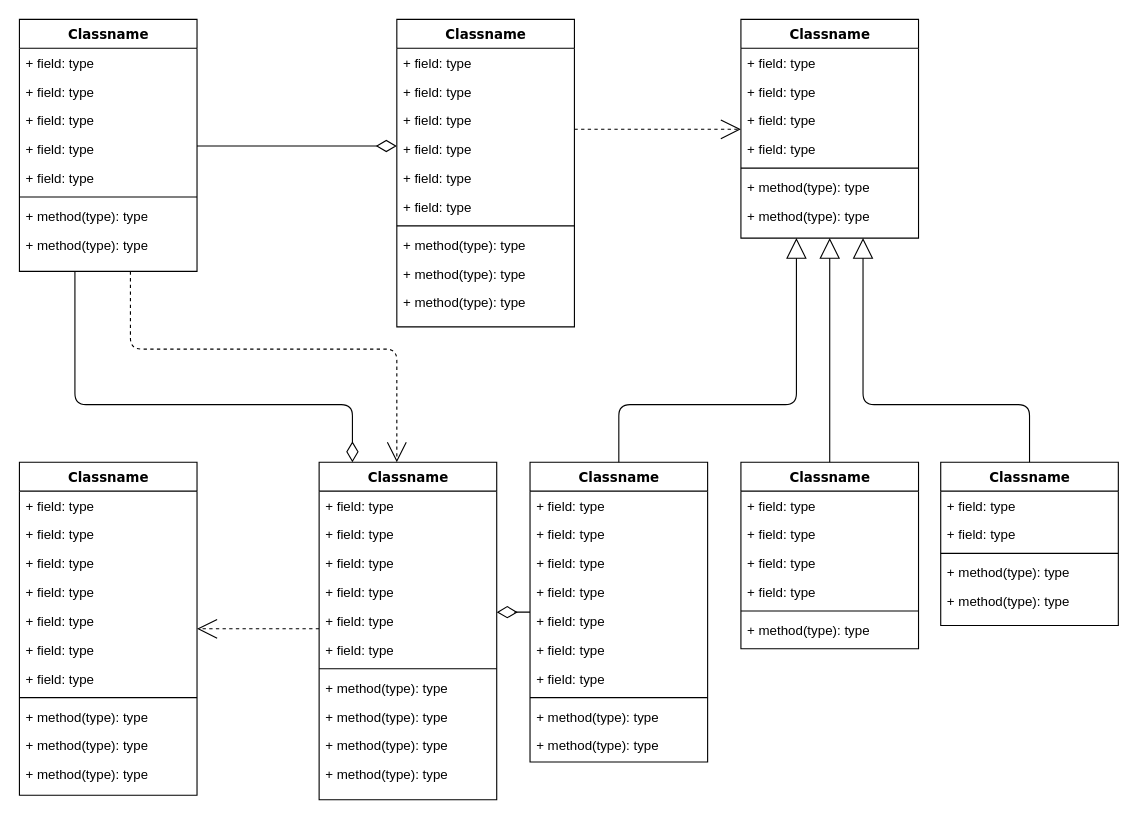
Above: box.drawio in MOMO-Lion/box (draw.io), before the change. Source tidied: cells renumbered, new cells numbered last; positions are measured from the earlier drawing's top-left corner, leaving out a move shared by most shapes. Both pictures are drawn from the tidied source at 111%, with x=0, y=0 at pixel (19, 19).
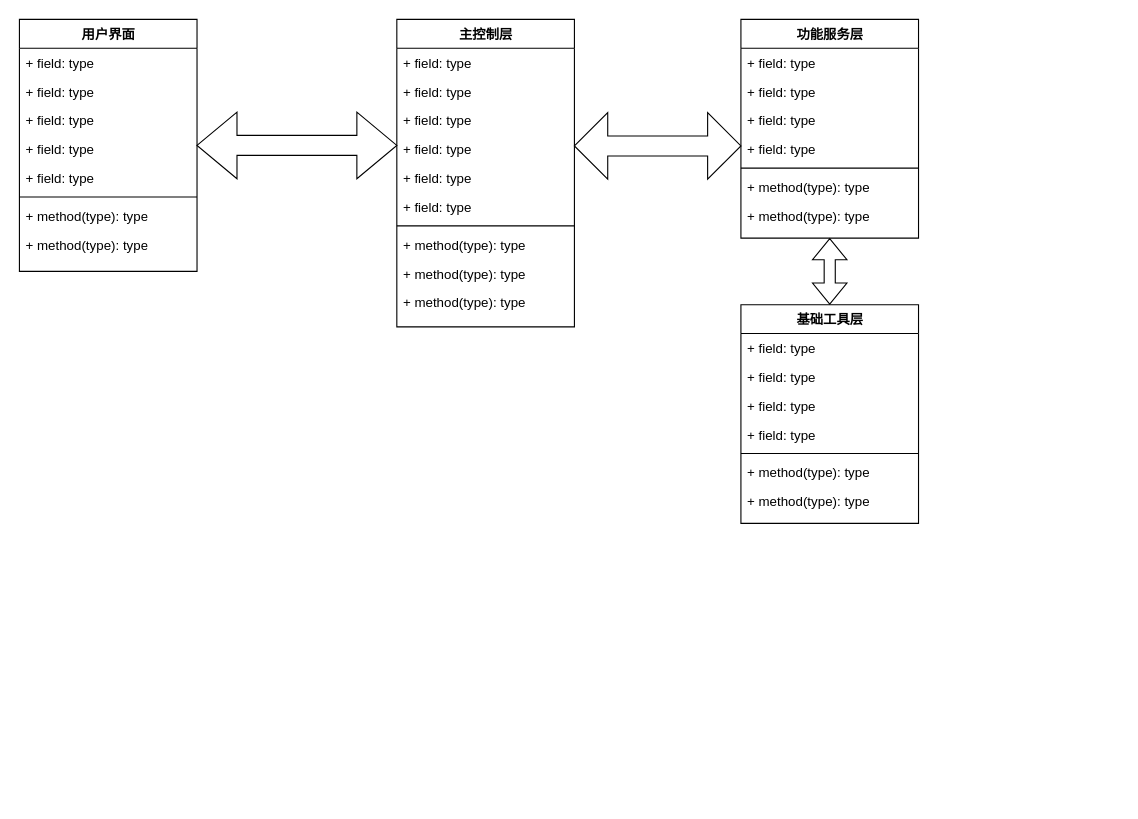
Above is the later version.

Change to the diagram source:
```diff
@@
-    <mxCell id="2" style="edgeStyle=orthogonalEdgeStyle;html=1;labelBackgroundColor=none;startFill=0;startSize=8;endArrow=open;endFill=0;endSize=16;fontFamily=Verdana;fontSize=12;dashed=1;" parent="1" edge="1" source="4" target="47">
-      <mxGeometry relative="1" as="geometry">
-        <Array as="points">
-          <mxPoint x="100" y="297" />
-          <mxPoint x="340" y="297" />
-        </Array>
-      </mxGeometry>
-    </mxCell>
-    <mxCell id="3" style="edgeStyle=orthogonalEdgeStyle;html=1;labelBackgroundColor=none;startFill=0;startSize=8;endArrow=diamondThin;endFill=0;endSize=16;fontFamily=Verdana;fontSize=12;" parent="1" edge="1" source="4" target="47">
-      <mxGeometry relative="1" as="geometry">
-        <Array as="points">
-          <mxPoint x="50" y="347" />
-          <mxPoint x="300" y="347" />
-        </Array>
-      </mxGeometry>
-    </mxCell>
-    <mxCell id="4" value="Classname" style="swimlane;html=1;fontStyle=1;align=center;verticalAlign=top;horizontal=1;startSize=26;swimlaneFillColor=#ffffff;rounded=0;shadow=0;comic=0;labelBackgroundColor=none;strokeWidth=1;fillColor=none;fontFamily=Verdana;fontSize=12;" parent="1" vertex="1">
+    <mxCell id="4" value="用户界面" style="swimlane;html=1;fontStyle=1;align=center;verticalAlign=top;horizontal=1;startSize=26;swimlaneFillColor=#ffffff;rounded=0;shadow=0;comic=0;labelBackgroundColor=none;strokeWidth=1;fillColor=none;fontFamily=Verdana;fontSize=12;" parent="1" vertex="1">
       <mxGeometry width="160" height="227" as="geometry" />
     </mxCell>
@@
-    <mxCell id="13" style="edgeStyle=elbowEdgeStyle;html=1;labelBackgroundColor=none;startFill=0;startSize=8;endArrow=open;endFill=0;endSize=16;fontFamily=Verdana;fontSize=12;elbow=vertical;dashed=1;" parent="1" edge="1" source="14" target="25">
-      <mxGeometry relative="1" as="geometry" />
-    </mxCell>
-    <mxCell id="14" value="Classname" style="swimlane;html=1;fontStyle=1;align=center;verticalAlign=top;horizontal=1;startSize=26;swimlaneFillColor=#ffffff;rounded=0;shadow=0;comic=0;labelBackgroundColor=none;strokeWidth=1;fillColor=none;fontFamily=Verdana;fontSize=12;" parent="1" vertex="1">
+    <mxCell id="14" value="主控制层" style="swimlane;html=1;fontStyle=1;align=center;verticalAlign=top;horizontal=1;startSize=26;swimlaneFillColor=#ffffff;rounded=0;shadow=0;comic=0;labelBackgroundColor=none;strokeWidth=1;fillColor=none;fontFamily=Verdana;fontSize=12;" parent="1" vertex="1">
       <mxGeometry x="340" width="160" height="277" as="geometry" />
     </mxCell>
@@
-    <mxCell id="25" value="Classname" style="swimlane;html=1;fontStyle=1;align=center;verticalAlign=top;horizontal=1;startSize=26;swimlaneFillColor=#ffffff;rounded=0;shadow=0;comic=0;labelBackgroundColor=none;strokeWidth=1;fillColor=none;fontFamily=Verdana;fontSize=12;" parent="1" vertex="1">
+    <mxCell id="25" value="功能服务层" style="swimlane;html=1;fontStyle=1;align=center;verticalAlign=top;horizontal=1;startSize=26;swimlaneFillColor=#ffffff;rounded=0;shadow=0;comic=0;labelBackgroundColor=none;strokeWidth=1;fillColor=none;fontFamily=Verdana;fontSize=12;" parent="1" vertex="1">
       <mxGeometry x="650" width="160" height="197" as="geometry" />
     </mxCell>
@@
-    <mxCell id="33" style="edgeStyle=elbowEdgeStyle;html=1;labelBackgroundColor=none;startFill=0;startSize=8;endArrow=open;endFill=0;endSize=16;fontFamily=Verdana;fontSize=12;elbow=vertical;dashed=1;" parent="1" edge="1" source="47" target="34">
-      <mxGeometry relative="1" as="geometry" />
-    </mxCell>
-    <mxCell id="34" value="Classname" style="swimlane;html=1;fontStyle=1;align=center;verticalAlign=top;horizontal=1;startSize=26;swimlaneFillColor=#ffffff;rounded=0;shadow=0;comic=0;labelBackgroundColor=none;strokeWidth=1;fillColor=none;fontFamily=Verdana;fontSize=12;" parent="1" vertex="1">
-      <mxGeometry y="399" width="160" height="300" as="geometry" />
-    </mxCell>
-    <mxCell id="35" value="+ field: type" style="text;html=1;strokeColor=none;fillColor=none;align=left;verticalAlign=top;spacingLeft=4;spacingRight=4;whiteSpace=wrap;overflow=hidden;" parent="34" vertex="1">
-      <mxGeometry y="26" width="160" height="26" as="geometry" />
-    </mxCell>
-    <mxCell id="36" value="+ field: type" style="text;html=1;strokeColor=none;fillColor=none;align=left;verticalAlign=top;spacingLeft=4;spacingRight=4;whiteSpace=wrap;overflow=hidden;" parent="34" vertex="1">
-      <mxGeometry y="52" width="160" height="26" as="geometry" />
-    </mxCell>
-    <mxCell id="37" value="+ field: type" style="text;html=1;strokeColor=none;fillColor=none;align=left;verticalAlign=top;spacingLeft=4;spacingRight=4;whiteSpace=wrap;overflow=hidden;" parent="34" vertex="1">
-      <mxGeometry y="78" width="160" height="26" as="geometry" />
-    </mxCell>
-    <mxCell id="38" value="+ field: type" style="text;html=1;strokeColor=none;fillColor=none;align=left;verticalAlign=top;spacingLeft=4;spacingRight=4;whiteSpace=wrap;overflow=hidden;" parent="34" vertex="1">
-      <mxGeometry y="104" width="160" height="26" as="geometry" />
-    </mxCell>
-    <mxCell id="39" value="+ field: type" style="text;html=1;strokeColor=none;fillColor=none;align=left;verticalAlign=top;spacingLeft=4;spacingRight=4;whiteSpace=wrap;overflow=hidden;" parent="34" vertex="1">
-      <mxGeometry y="130" width="160" height="26" as="geometry" />
-    </mxCell>
-    <mxCell id="40" value="+ field: type" style="text;html=1;strokeColor=none;fillColor=none;align=left;verticalAlign=top;spacingLeft=4;spacingRight=4;whiteSpace=wrap;overflow=hidden;" parent="34" vertex="1">
-      <mxGeometry y="156" width="160" height="26" as="geometry" />
-    </mxCell>
-    <mxCell id="41" value="+ field: type" style="text;html=1;strokeColor=none;fillColor=none;align=left;verticalAlign=top;spacingLeft=4;spacingRight=4;whiteSpace=wrap;overflow=hidden;" parent="34" vertex="1">
-      <mxGeometry y="182" width="160" height="26" as="geometry" />
-    </mxCell>
-    <mxCell id="42" style="line;html=1;strokeWidth=1;fillColor=none;align=left;verticalAlign=middle;spacingTop=-1;spacingLeft=3;spacingRight=3;labelPosition=right;" parent="34" vertex="1">
-      <mxGeometry y="208" width="160" height="8" as="geometry" />
-    </mxCell>
-    <mxCell id="43" value="+ method(type): type" style="text;html=1;strokeColor=none;fillColor=none;align=left;verticalAlign=top;spacingLeft=4;spacingRight=4;whiteSpace=wrap;overflow=hidden;" parent="34" vertex="1">
-      <mxGeometry y="216" width="160" height="26" as="geometry" />
-    </mxCell>
-    <mxCell id="44" value="+ method(type): type" style="text;html=1;strokeColor=none;fillColor=none;align=left;verticalAlign=top;spacingLeft=4;spacingRight=4;whiteSpace=wrap;overflow=hidden;" parent="34" vertex="1">
-      <mxGeometry y="242" width="160" height="26" as="geometry" />
-    </mxCell>
-    <mxCell id="45" value="+ method(type): type" style="text;html=1;strokeColor=none;fillColor=none;align=left;verticalAlign=top;spacingLeft=4;spacingRight=4;whiteSpace=wrap;overflow=hidden;" parent="34" vertex="1">
-      <mxGeometry y="268" width="160" height="26" as="geometry" />
-    </mxCell>
-    <mxCell id="46" style="edgeStyle=elbowEdgeStyle;html=1;labelBackgroundColor=none;startFill=0;startSize=8;endArrow=diamondThin;endFill=0;endSize=16;fontFamily=Verdana;fontSize=12;elbow=vertical;" parent="1" edge="1" source="60" target="47">
-      <mxGeometry relative="1" as="geometry" />
-    </mxCell>
-    <mxCell id="47" value="Classname" style="swimlane;html=1;fontStyle=1;align=center;verticalAlign=top;horizontal=1;startSize=26;swimlaneFillColor=#ffffff;rounded=0;shadow=0;comic=0;labelBackgroundColor=none;strokeWidth=1;fillColor=none;fontFamily=Verdana;fontSize=12;" parent="1" vertex="1">
-      <mxGeometry x="270" y="399" width="160" height="304" as="geometry" />
-    </mxCell>
-    <mxCell id="48" value="+ field: type" style="text;html=1;strokeColor=none;fillColor=none;align=left;verticalAlign=top;spacingLeft=4;spacingRight=4;whiteSpace=wrap;overflow=hidden;" parent="47" vertex="1">
-      <mxGeometry y="26" width="160" height="26" as="geometry" />
-    </mxCell>
-    <mxCell id="49" value="+ field: type" style="text;html=1;strokeColor=none;fillColor=none;align=left;verticalAlign=top;spacingLeft=4;spacingRight=4;whiteSpace=wrap;overflow=hidden;" parent="47" vertex="1">
-      <mxGeometry y="52" width="160" height="26" as="geometry" />
-    </mxCell>
-    <mxCell id="50" value="+ field: type" style="text;html=1;strokeColor=none;fillColor=none;align=left;verticalAlign=top;spacingLeft=4;spacingRight=4;whiteSpace=wrap;overflow=hidden;" parent="47" vertex="1">
-      <mxGeometry y="78" width="160" height="26" as="geometry" />
-    </mxCell>
-    <mxCell id="51" value="+ field: type" style="text;html=1;strokeColor=none;fillColor=none;align=left;verticalAlign=top;spacingLeft=4;spacingRight=4;whiteSpace=wrap;overflow=hidden;" parent="47" vertex="1">
-      <mxGeometry y="104" width="160" height="26" as="geometry" />
-    </mxCell>
-    <mxCell id="52" value="+ field: type" style="text;html=1;strokeColor=none;fillColor=none;align=left;verticalAlign=top;spacingLeft=4;spacingRight=4;whiteSpace=wrap;overflow=hidden;" parent="47" vertex="1">
-      <mxGeometry y="130" width="160" height="26" as="geometry" />
-    </mxCell>
-    <mxCell id="53" value="+ field: type" style="text;html=1;strokeColor=none;fillColor=none;align=left;verticalAlign=top;spacingLeft=4;spacingRight=4;whiteSpace=wrap;overflow=hidden;" parent="47" vertex="1">
-      <mxGeometry y="156" width="160" height="26" as="geometry" />
-    </mxCell>
-    <mxCell id="54" style="line;html=1;strokeWidth=1;fillColor=none;align=left;verticalAlign=middle;spacingTop=-1;spacingLeft=3;spacingRight=3;labelPosition=right;" parent="47" vertex="1">
-      <mxGeometry y="182" width="160" height="8" as="geometry" />
-    </mxCell>
-    <mxCell id="55" value="+ method(type): type" style="text;html=1;strokeColor=none;fillColor=none;align=left;verticalAlign=top;spacingLeft=4;spacingRight=4;whiteSpace=wrap;overflow=hidden;" parent="47" vertex="1">
-      <mxGeometry y="190" width="160" height="26" as="geometry" />
-    </mxCell>
-    <mxCell id="56" value="+ method(type): type" style="text;html=1;strokeColor=none;fillColor=none;align=left;verticalAlign=top;spacingLeft=4;spacingRight=4;whiteSpace=wrap;overflow=hidden;" parent="47" vertex="1">
-      <mxGeometry y="216" width="160" height="26" as="geometry" />
-    </mxCell>
-    <mxCell id="57" value="+ method(type): type" style="text;html=1;strokeColor=none;fillColor=none;align=left;verticalAlign=top;spacingLeft=4;spacingRight=4;whiteSpace=wrap;overflow=hidden;" parent="47" vertex="1">
-      <mxGeometry y="242" width="160" height="26" as="geometry" />
-    </mxCell>
-    <mxCell id="58" value="+ method(type): type" style="text;html=1;strokeColor=none;fillColor=none;align=left;verticalAlign=top;spacingLeft=4;spacingRight=4;whiteSpace=wrap;overflow=hidden;" parent="47" vertex="1">
-      <mxGeometry y="268" width="160" height="26" as="geometry" />
-    </mxCell>
-    <mxCell id="59" style="edgeStyle=orthogonalEdgeStyle;html=1;labelBackgroundColor=none;startFill=0;startSize=8;endArrow=block;endFill=0;endSize=16;fontFamily=Verdana;fontSize=12;" parent="1" edge="1" source="60" target="25">
-      <mxGeometry relative="1" as="geometry">
-        <Array as="points">
-          <mxPoint x="540" y="347" />
-          <mxPoint x="700" y="347" />
-        </Array>
-      </mxGeometry>
-    </mxCell>
-    <mxCell id="60" value="Classname" style="swimlane;html=1;fontStyle=1;align=center;verticalAlign=top;horizontal=1;startSize=26;swimlaneFillColor=#ffffff;rounded=0;shadow=0;comic=0;labelBackgroundColor=none;strokeWidth=1;fillColor=none;fontFamily=Verdana;fontSize=12;" parent="1" vertex="1">
-      <mxGeometry x="460" y="399" width="160" height="270" as="geometry" />
-    </mxCell>
-    <mxCell id="61" value="+ field: type" style="text;html=1;strokeColor=none;fillColor=none;align=left;verticalAlign=top;spacingLeft=4;spacingRight=4;whiteSpace=wrap;overflow=hidden;" parent="60" vertex="1">
-      <mxGeometry y="26" width="160" height="26" as="geometry" />
-    </mxCell>
-    <mxCell id="62" value="+ field: type" style="text;html=1;strokeColor=none;fillColor=none;align=left;verticalAlign=top;spacingLeft=4;spacingRight=4;whiteSpace=wrap;overflow=hidden;" parent="60" vertex="1">
-      <mxGeometry y="52" width="160" height="26" as="geometry" />
-    </mxCell>
-    <mxCell id="63" value="+ field: type" style="text;html=1;strokeColor=none;fillColor=none;align=left;verticalAlign=top;spacingLeft=4;spacingRight=4;whiteSpace=wrap;overflow=hidden;" parent="60" vertex="1">
-      <mxGeometry y="78" width="160" height="26" as="geometry" />
-    </mxCell>
-    <mxCell id="64" value="+ field: type" style="text;html=1;strokeColor=none;fillColor=none;align=left;verticalAlign=top;spacingLeft=4;spacingRight=4;whiteSpace=wrap;overflow=hidden;" parent="60" vertex="1">
-      <mxGeometry y="104" width="160" height="26" as="geometry" />
-    </mxCell>
-    <mxCell id="65" value="+ field: type" style="text;html=1;strokeColor=none;fillColor=none;align=left;verticalAlign=top;spacingLeft=4;spacingRight=4;whiteSpace=wrap;overflow=hidden;" parent="60" vertex="1">
-      <mxGeometry y="130" width="160" height="26" as="geometry" />
-    </mxCell>
-    <mxCell id="66" value="+ field: type" style="text;html=1;strokeColor=none;fillColor=none;align=left;verticalAlign=top;spacingLeft=4;spacingRight=4;whiteSpace=wrap;overflow=hidden;" parent="60" vertex="1">
-      <mxGeometry y="156" width="160" height="26" as="geometry" />
-    </mxCell>
-    <mxCell id="67" value="+ field: type" style="text;html=1;strokeColor=none;fillColor=none;align=left;verticalAlign=top;spacingLeft=4;spacingRight=4;whiteSpace=wrap;overflow=hidden;" parent="60" vertex="1">
-      <mxGeometry y="182" width="160" height="26" as="geometry" />
-    </mxCell>
-    <mxCell id="68" style="line;html=1;strokeWidth=1;fillColor=none;align=left;verticalAlign=middle;spacingTop=-1;spacingLeft=3;spacingRight=3;labelPosition=right;" parent="60" vertex="1">
-      <mxGeometry y="208" width="160" height="8" as="geometry" />
-    </mxCell>
-    <mxCell id="69" value="+ method(type): type" style="text;html=1;strokeColor=none;fillColor=none;align=left;verticalAlign=top;spacingLeft=4;spacingRight=4;whiteSpace=wrap;overflow=hidden;" parent="60" vertex="1">
-      <mxGeometry y="216" width="160" height="26" as="geometry" />
-    </mxCell>
-    <mxCell id="70" value="+ method(type): type" style="text;html=1;strokeColor=none;fillColor=none;align=left;verticalAlign=top;spacingLeft=4;spacingRight=4;whiteSpace=wrap;overflow=hidden;" parent="60" vertex="1">
-      <mxGeometry y="242" width="160" height="26" as="geometry" />
-    </mxCell>
-    <mxCell id="71" style="edgeStyle=orthogonalEdgeStyle;html=1;labelBackgroundColor=none;startFill=0;startSize=8;endArrow=block;endFill=0;endSize=16;fontFamily=Verdana;fontSize=12;" parent="1" edge="1" source="72" target="25">
-      <mxGeometry relative="1" as="geometry" />
-    </mxCell>
-    <mxCell id="72" value="Classname" style="swimlane;html=1;fontStyle=1;align=center;verticalAlign=top;horizontal=1;startSize=26;swimlaneFillColor=#ffffff;rounded=0;shadow=0;comic=0;labelBackgroundColor=none;strokeWidth=1;fillColor=none;fontFamily=Verdana;fontSize=12;" parent="1" vertex="1">
-      <mxGeometry x="650" y="399" width="160" height="168" as="geometry" />
-    </mxCell>
-    <mxCell id="73" value="+ field: type" style="text;html=1;strokeColor=none;fillColor=none;align=left;verticalAlign=top;spacingLeft=4;spacingRight=4;whiteSpace=wrap;overflow=hidden;" parent="72" vertex="1">
-      <mxGeometry y="26" width="160" height="26" as="geometry" />
-    </mxCell>
-    <mxCell id="74" value="+ field: type" style="text;html=1;strokeColor=none;fillColor=none;align=left;verticalAlign=top;spacingLeft=4;spacingRight=4;whiteSpace=wrap;overflow=hidden;" parent="72" vertex="1">
-      <mxGeometry y="52" width="160" height="26" as="geometry" />
-    </mxCell>
-    <mxCell id="75" value="+ field: type" style="text;html=1;strokeColor=none;fillColor=none;align=left;verticalAlign=top;spacingLeft=4;spacingRight=4;whiteSpace=wrap;overflow=hidden;" parent="72" vertex="1">
-      <mxGeometry y="78" width="160" height="26" as="geometry" />
-    </mxCell>
-    <mxCell id="76" value="+ field: type" style="text;html=1;strokeColor=none;fillColor=none;align=left;verticalAlign=top;spacingLeft=4;spacingRight=4;whiteSpace=wrap;overflow=hidden;" parent="72" vertex="1">
-      <mxGeometry y="104" width="160" height="26" as="geometry" />
-    </mxCell>
+    <mxCell id="87" value="基础工具层" style="swimlane;html=1;fontStyle=1;align=center;verticalAlign=top;horizontal=1;startSize=26;swimlaneFillColor=#ffffff;rounded=0;shadow=0;comic=0;labelBackgroundColor=none;strokeWidth=1;fillColor=none;fontFamily=Verdana;fontSize=12;" parent="1" vertex="1">
+      <mxGeometry x="650" y="257" width="160" height="197" as="geometry" />
+    </mxCell>
+    <mxCell id="88" value="+ field: type" style="text;html=1;strokeColor=none;fillColor=none;align=left;verticalAlign=top;spacingLeft=4;spacingRight=4;whiteSpace=wrap;overflow=hidden;" parent="87" vertex="1">
+      <mxGeometry y="26" width="160" height="26" as="geometry" />
+    </mxCell>
+    <mxCell id="89" value="+ field: type" style="text;html=1;strokeColor=none;fillColor=none;align=left;verticalAlign=top;spacingLeft=4;spacingRight=4;whiteSpace=wrap;overflow=hidden;" parent="87" vertex="1">
+      <mxGeometry y="52" width="160" height="26" as="geometry" />
+    </mxCell>
+    <mxCell id="90" value="+ field: type" style="text;html=1;strokeColor=none;fillColor=none;align=left;verticalAlign=top;spacingLeft=4;spacingRight=4;whiteSpace=wrap;overflow=hidden;" parent="87" vertex="1">
+      <mxGeometry y="78" width="160" height="26" as="geometry" />
+    </mxCell>
+    <mxCell id="91" value="+ field: type" style="text;html=1;strokeColor=none;fillColor=none;align=left;verticalAlign=top;spacingLeft=4;spacingRight=4;whiteSpace=wrap;overflow=hidden;" parent="87" vertex="1">
+      <mxGeometry y="104" width="160" height="26" as="geometry" />
+    </mxCell>
-    <mxCell id="77" style="line;html=1;strokeWidth=1;fillColor=none;align=left;verticalAlign=middle;spacingTop=-1;spacingLeft=3;spacingRight=3;labelPosition=right;" parent="72" vertex="1">
+    <mxCell id="77" style="line;html=1;strokeWidth=1;fillColor=none;align=left;verticalAlign=middle;spacingTop=-1;spacingLeft=3;spacingRight=3;labelPosition=right;" parent="87" vertex="1">
       <mxGeometry y="130" width="160" height="8" as="geometry" />
     </mxCell>
-    <mxCell id="78" value="+ method(type): type" style="text;html=1;strokeColor=none;fillColor=none;align=left;verticalAlign=top;spacingLeft=4;spacingRight=4;whiteSpace=wrap;overflow=hidden;" parent="72" vertex="1">
+    <mxCell id="78" value="+ method(type): type" style="text;html=1;strokeColor=none;fillColor=none;align=left;verticalAlign=top;spacingLeft=4;spacingRight=4;whiteSpace=wrap;overflow=hidden;" parent="87" vertex="1">
       <mxGeometry y="138" width="160" height="26" as="geometry" />
     </mxCell>
-    <mxCell id="79" style="edgeStyle=orthogonalEdgeStyle;html=1;labelBackgroundColor=none;startFill=0;startSize=8;endArrow=block;endFill=0;endSize=16;fontFamily=Verdana;fontSize=12;" parent="1" edge="1" source="80" target="25">
-      <mxGeometry relative="1" as="geometry">
-        <Array as="points">
-          <mxPoint x="910" y="347" />
-          <mxPoint x="760" y="347" />
-        </Array>
-      </mxGeometry>
-    </mxCell>
-    <mxCell id="80" value="Classname" style="swimlane;html=1;fontStyle=1;align=center;verticalAlign=top;horizontal=1;startSize=26;swimlaneFillColor=#ffffff;rounded=0;shadow=0;comic=0;labelBackgroundColor=none;strokeWidth=1;fillColor=none;fontFamily=Verdana;fontSize=12;" parent="1" vertex="1">
-      <mxGeometry x="830" y="399" width="160" height="147" as="geometry" />
-    </mxCell>
-    <mxCell id="81" value="+ field: type" style="text;html=1;strokeColor=none;fillColor=none;align=left;verticalAlign=top;spacingLeft=4;spacingRight=4;whiteSpace=wrap;overflow=hidden;" parent="80" vertex="1">
-      <mxGeometry y="26" width="160" height="26" as="geometry" />
-    </mxCell>
-    <mxCell id="82" value="+ field: type" style="text;html=1;strokeColor=none;fillColor=none;align=left;verticalAlign=top;spacingLeft=4;spacingRight=4;whiteSpace=wrap;overflow=hidden;" parent="80" vertex="1">
-      <mxGeometry y="52" width="160" height="26" as="geometry" />
-    </mxCell>
-    <mxCell id="83" style="line;html=1;strokeWidth=1;fillColor=none;align=left;verticalAlign=middle;spacingTop=-1;spacingLeft=3;spacingRight=3;labelPosition=right;" parent="80" vertex="1">
-      <mxGeometry y="78" width="160" height="8" as="geometry" />
-    </mxCell>
-    <mxCell id="84" value="+ method(type): type" style="text;html=1;strokeColor=none;fillColor=none;align=left;verticalAlign=top;spacingLeft=4;spacingRight=4;whiteSpace=wrap;overflow=hidden;" parent="80" vertex="1">
-      <mxGeometry y="86" width="160" height="26" as="geometry" />
-    </mxCell>
-    <mxCell id="85" value="+ method(type): type" style="text;html=1;strokeColor=none;fillColor=none;align=left;verticalAlign=top;spacingLeft=4;spacingRight=4;whiteSpace=wrap;overflow=hidden;" parent="80" vertex="1">
-      <mxGeometry y="112" width="160" height="26" as="geometry" />
-    </mxCell>
-    <mxCell id="86" style="edgeStyle=elbowEdgeStyle;html=1;labelBackgroundColor=none;startFill=0;startSize=8;endArrow=diamondThin;endFill=0;endSize=16;fontFamily=Verdana;fontSize=12;elbow=vertical;" parent="1" edge="1" source="4" target="14">
-      <mxGeometry relative="1" as="geometry" />
-    </mxCell>
+    <mxCell id="92" value="+ method(type): type" style="text;html=1;strokeColor=none;fillColor=none;align=left;verticalAlign=top;spacingLeft=4;spacingRight=4;whiteSpace=wrap;overflow=hidden;" parent="87" vertex="1">
+      <mxGeometry y="164" width="160" height="26" as="geometry" />
+    </mxCell>
+    <mxCell id="93" style="shape=doubleArrow;whiteSpace=wrap;html=1;" parent="1" vertex="1">
+      <mxGeometry x="160" y="83.5" width="180" height="60" as="geometry" />
+    </mxCell>
+    <mxCell id="94" style="shape=doubleArrow;whiteSpace=wrap;html=1;" parent="1" vertex="1">
+      <mxGeometry x="500" y="84" width="150" height="60" as="geometry" />
+    </mxCell>
+    <mxCell id="95" style="shape=flexArrow;endArrow=classic;startArrow=classic;html=1;rounded=0;entryX=0.5;entryY=1;entryDx=0;entryDy=0;exitX=0.5;exitY=0;exitDx=0;exitDy=0;" parent="1" edge="1" source="87" target="25">
+      <mxGeometry relative="1" as="geometry" />
+    </mxCell>
```
